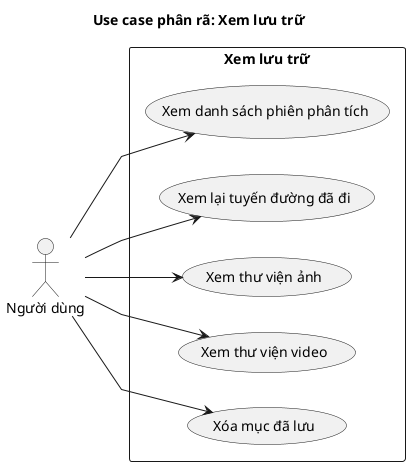
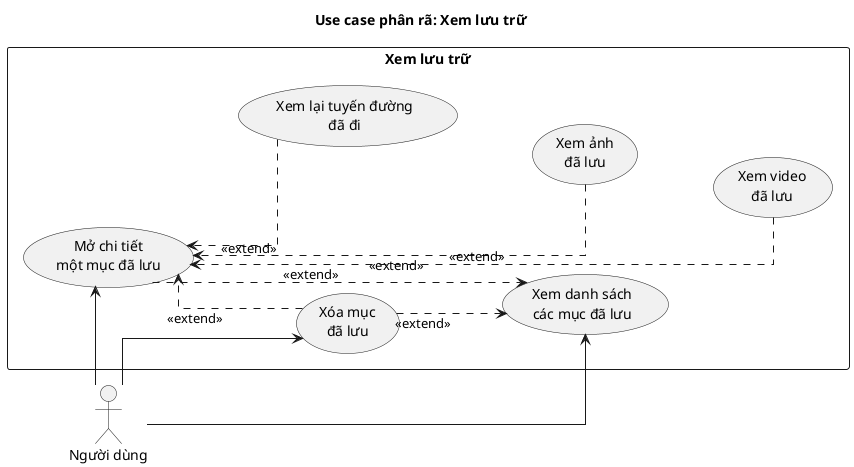
@startuml usecase_xem_luu_tru
skinparam defaultFontName "Times New Roman"
- skinparam linetype polyline
left to right direction
+ skinparam packageStyle rectangle
+ skinparam linetype ortho
+ skinparam nodesep 35
+ skinparam ranksep 45
title Use case phân rã: Xem lưu trữ

actor "Người dùng" as User

rectangle "Xem lưu trữ" {
-   usecase "Xem danh sách phiên phân tích" as U1
-   usecase "Xem lại tuyến đường đã đi" as U2
-   usecase "Xem thư viện ảnh" as U3
-   usecase "Xem thư viện video" as U4
-   usecase "Xóa mục đã lưu" as U5
+ 
+   usecase "Xem danh sách\ncác mục đã lưu" as UC_List
+   usecase "Mở chi tiết\nmột mục đã lưu" as UC_Detail
+ 
+   usecase "Xem lại tuyến đường\nđã đi" as UC_Route
+   usecase "Xem ảnh\nđã lưu" as UC_Image
+   usecase "Xem video\nđã lưu" as UC_Video
+ 
+   usecase "Xóa mục\nđã lưu" as UC_Delete
+ 
+   UC_List -[hidden]down- UC_Detail
+   UC_Detail -[hidden]down- UC_Delete
+ 
+   UC_Detail -[hidden]right- UC_Route
+   UC_Route -[hidden]down- UC_Image
+   UC_Image -[hidden]down- UC_Video
}

- User --> U1
- User --> U2
- User --> U3
- User --> U4
- User --> U5
+ User -right-> UC_List
+ User -right-> UC_Detail
+ User -right-> UC_Delete
+ 
+ UC_Detail ..> UC_List : <<extend>>
+ 
+ UC_Route ..> UC_Detail : <<extend>>
+ UC_Image ..> UC_Detail : <<extend>>
+ UC_Video ..> UC_Detail : <<extend>>
+ 
+ UC_Delete ..> UC_List : <<extend>>
+ UC_Delete ..> UC_Detail : <<extend>>
+ 
@enduml
